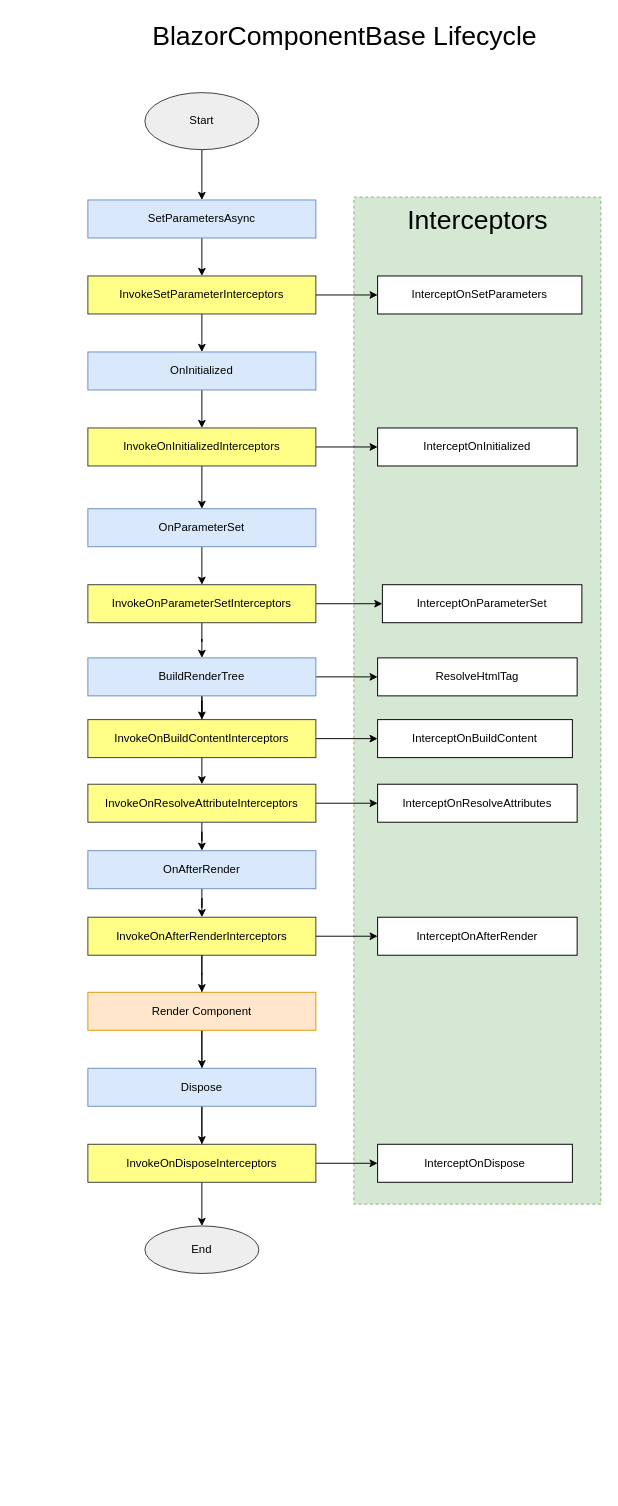
Before: asset/BlazorComponentBase Lifecycle.drawio in teacher-zhou/ComponentBuilder, a draw.io diagram. Source tidied: cells renumbered, new cells numbered last; positions are measured from the earlier drawing's top-left corner, leaving out a move shared by most shapes. Both pictures are drawn from the tidied source at 95%, with x=0, y=0 at pixel (87, 16).
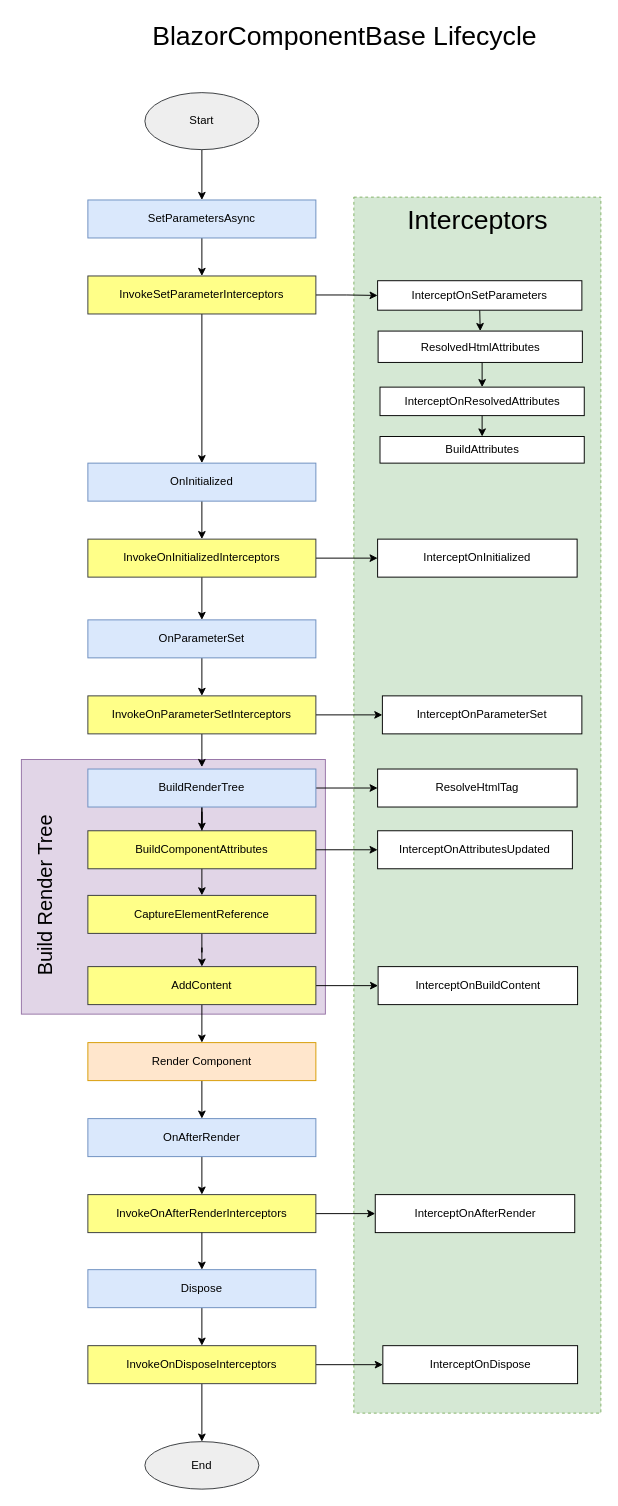
The same page after the edit.

The edit, as a diff of the source:
```diff
@@
+    <mxCell id="52" style="rounded=0;whiteSpace=wrap;html=1;fillColor=#e1d5e7;strokeColor=#9673a6;" parent="1" vertex="1">
+      <mxGeometry x="-70" y="782" width="320" height="268" as="geometry" />
+    </mxCell>
     <mxCell id="2" style="rounded=0;whiteSpace=wrap;html=1;fontSize=28;dashed=1;fillColor=#d5e8d4;strokeColor=#82b366;" parent="1" vertex="1">
-      <mxGeometry x="280" y="190" width="260" height="1060" as="geometry" />
+      <mxGeometry x="280" y="190" width="260" height="1280" as="geometry" />
     </mxCell>
@@
+    <mxCell id="53" style="edgeStyle=orthogonalEdgeStyle;rounded=0;jettySize=auto;html=1;exitX=0.5;exitY=1;exitDx=0;exitDy=0;entryX=0.5;entryY=0;entryDx=0;entryDy=0;" parent="1" edge="1" source="10" target="56">
+      <mxGeometry relative="1" as="geometry" />
+    </mxCell>
     <mxCell id="10" value="InterceptOnSetParameters" style="whiteSpace=wrap;html=1;" parent="1" vertex="1">
-      <mxGeometry x="305" y="273" width="215" height="40" as="geometry" />
+      <mxGeometry x="305" y="278" width="215" height="31" as="geometry" />
     </mxCell>
@@
     <mxCell id="12" value="OnInitialized" style="whiteSpace=wrap;html=1;fillColor=#dae8fc;strokeColor=#6c8ebf;" parent="1" vertex="1">
-      <mxGeometry y="353" width="240" height="40" as="geometry" />
+      <mxGeometry y="470" width="240" height="40" as="geometry" />
     </mxCell>
@@
     <mxCell id="15" value="InvokeOnInitializedInterceptors" style="whiteSpace=wrap;html=1;fillColor=#ffff88;strokeColor=#36393d;" parent="1" vertex="1">
-      <mxGeometry y="433" width="240" height="40" as="geometry" />
+      <mxGeometry y="550" width="240" height="40" as="geometry" />
     </mxCell>
     <mxCell id="16" value="InterceptOnInitialized" style="whiteSpace=wrap;html=1;" parent="1" vertex="1">
-      <mxGeometry x="305" y="433" width="210" height="40" as="geometry" />
+      <mxGeometry x="305" y="550" width="210" height="40" as="geometry" />
     </mxCell>
@@
     <mxCell id="18" value="OnParameterSet" style="whiteSpace=wrap;html=1;fillColor=#dae8fc;strokeColor=#6c8ebf;" parent="1" vertex="1">
-      <mxGeometry y="518" width="240" height="40" as="geometry" />
+      <mxGeometry y="635" width="240" height="40" as="geometry" />
     </mxCell>
@@
-    <mxCell id="20" style="edgeStyle=orthogonalEdgeStyle;rounded=0;jettySize=auto;html=1;" parent="1" edge="1" source="21" target="26">
-      <mxGeometry relative="1" as="geometry" />
+    <mxCell id="20" style="edgeStyle=orthogonalEdgeStyle;rounded=0;jettySize=auto;html=1;" parent="1" edge="1" source="21">
+      <mxGeometry relative="1" as="geometry">
+        <mxPoint x="120" y="790" as="targetPoint" />
+      </mxGeometry>
     </mxCell>
     <mxCell id="21" value="InvokeOnParameterSetInterceptors" style="whiteSpace=wrap;html=1;fillColor=#ffff88;strokeColor=#36393d;" parent="1" vertex="1">
-      <mxGeometry y="598" width="240" height="40" as="geometry" />
+      <mxGeometry y="715" width="240" height="40" as="geometry" />
     </mxCell>
     <mxCell id="22" value="InterceptOnParameterSet" style="whiteSpace=wrap;html=1;" parent="1" vertex="1">
-      <mxGeometry x="310" y="598" width="210" height="40" as="geometry" />
+      <mxGeometry x="310" y="715" width="210" height="40" as="geometry" />
     </mxCell>
@@
     <mxCell id="26" value="BuildRenderTree" style="whiteSpace=wrap;html=1;fillColor=#dae8fc;strokeColor=#6c8ebf;" parent="1" vertex="1">
-      <mxGeometry y="675" width="240" height="40" as="geometry" />
+      <mxGeometry y="792" width="240" height="40" as="geometry" />
     </mxCell>
-    <mxCell id="27" style="edgeStyle=orthogonalEdgeStyle;rounded=0;jettySize=auto;html=1;" parent="1" edge="1" source="29" target="30">
+    <mxCell id="27" style="edgeStyle=orthogonalEdgeStyle;rounded=0;jettySize=auto;html=1;exitX=1;exitY=0.5;exitDx=0;exitDy=0;" parent="1" edge="1" source="61" target="30">
       <mxGeometry relative="1" as="geometry" />
     </mxCell>
-    <mxCell id="28" style="edgeStyle=orthogonalEdgeStyle;rounded=0;jettySize=auto;html=1;" parent="1" edge="1" source="29" target="33">
+    <mxCell id="28" style="edgeStyle=orthogonalEdgeStyle;rounded=0;jettySize=auto;html=1;entryX=0.5;entryY=0;entryDx=0;entryDy=0;" parent="1" edge="1" source="29" target="61">
       <mxGeometry relative="1" as="geometry" />
     </mxCell>
-    <mxCell id="29" value="InvokeOnResolveAttributeInterceptors" style="whiteSpace=wrap;html=1;fillColor=#ffff88;strokeColor=#36393d;" parent="1" vertex="1">
-      <mxGeometry y="808" width="240" height="40" as="geometry" />
+    <mxCell id="29" value="CaptureElementReference" style="whiteSpace=wrap;html=1;fillColor=#ffff88;strokeColor=#36393d;" parent="1" vertex="1">
+      <mxGeometry y="925" width="240" height="40" as="geometry" />
     </mxCell>
-    <mxCell id="30" value="InterceptOnResolveAttributes" style="whiteSpace=wrap;html=1;" parent="1" vertex="1">
-      <mxGeometry x="305" y="808" width="210" height="40" as="geometry" />
+    <mxCell id="30" value="InterceptOnBuildContent" style="whiteSpace=wrap;html=1;" parent="1" vertex="1">
+      <mxGeometry x="305.5" y="1000" width="210" height="40" as="geometry" />
     </mxCell>
     <mxCell id="31" value="ResolveHtmlTag" style="whiteSpace=wrap;html=1;" parent="1" vertex="1">
-      <mxGeometry x="305" y="675" width="210" height="40" as="geometry" />
+      <mxGeometry x="305" y="792" width="210" height="40" as="geometry" />
     </mxCell>
@@
     <mxCell id="33" value="OnAfterRender" style="whiteSpace=wrap;html=1;fillColor=#dae8fc;strokeColor=#6c8ebf;" parent="1" vertex="1">
-      <mxGeometry y="878" width="240" height="40" as="geometry" />
+      <mxGeometry y="1160" width="240" height="40" as="geometry" />
     </mxCell>
@@
-    <mxCell id="35" style="edgeStyle=orthogonalEdgeStyle;rounded=0;jettySize=auto;html=1;fontSize=28;" parent="1" edge="1" source="36" target="43">
-      <mxGeometry relative="1" as="geometry" />
-    </mxCell>
     <mxCell id="36" value="InvokeOnAfterRenderInterceptors" style="whiteSpace=wrap;html=1;fillColor=#ffff88;strokeColor=#36393d;" parent="1" vertex="1">
-      <mxGeometry y="948" width="240" height="40" as="geometry" />
+      <mxGeometry y="1240" width="240" height="40" as="geometry" />
     </mxCell>
     <mxCell id="37" value="InterceptOnAfterRender" style="whiteSpace=wrap;html=1;" parent="1" vertex="1">
-      <mxGeometry x="305" y="948" width="210" height="40" as="geometry" />
+      <mxGeometry x="302.5" y="1240" width="210" height="40" as="geometry" />
     </mxCell>
@@
     <mxCell id="40" value="End" style="ellipse;whiteSpace=wrap;html=1;fillColor=#eeeeee;strokeColor=#36393d;" parent="1" vertex="1">
-      <mxGeometry x="60" y="1273" width="120" height="50" as="geometry" />
+      <mxGeometry x="60" y="1500" width="120" height="50" as="geometry" />
     </mxCell>
-    <mxCell id="41" style="endArrow=classic;html=1;rounded=0;fontSize=28;exitX=0.5;exitY=1;exitDx=0;exitDy=0;entryX=0.5;entryY=0;entryDx=0;entryDy=0;" parent="1" edge="1" source="36" target="40">
+    <mxCell id="41" style="endArrow=classic;html=1;rounded=0;fontSize=28;exitX=0.5;exitY=1;exitDx=0;exitDy=0;" parent="1" edge="1" source="36" target="46">
       <mxGeometry relative="1" as="geometry" />
     </mxCell>
-    <mxCell id="42" style="edgeStyle=orthogonalEdgeStyle;rounded=0;jettySize=auto;html=1;fontSize=28;" parent="1" edge="1" source="43" target="46">
+    <mxCell id="42" style="edgeStyle=orthogonalEdgeStyle;rounded=0;jettySize=auto;html=1;fontSize=28;" parent="1" edge="1" source="43" target="33">
       <mxGeometry relative="1" as="geometry" />
     </mxCell>
     <mxCell id="43" value="Render Component" style="whiteSpace=wrap;html=1;fillColor=#ffe6cc;strokeColor=#d79b00;" parent="1" vertex="1">
-      <mxGeometry y="1027" width="240" height="40" as="geometry" />
+      <mxGeometry y="1080" width="240" height="40" as="geometry" />
     </mxCell>
@@
     <mxCell id="46" value="Dispose" style="whiteSpace=wrap;html=1;fillColor=#dae8fc;strokeColor=#6c8ebf;" parent="1" vertex="1">
-      <mxGeometry y="1107" width="240" height="40" as="geometry" />
+      <mxGeometry y="1319" width="240" height="40" as="geometry" />
     </mxCell>
     <mxCell id="47" value="InterceptOnDispose" style="whiteSpace=wrap;html=1;" parent="1" vertex="1">
-      <mxGeometry x="305" y="1187" width="205" height="40" as="geometry" />
+      <mxGeometry x="310.5" y="1399" width="205" height="40" as="geometry" />
     </mxCell>
+    <mxCell id="54" style="edgeStyle=orthogonalEdgeStyle;rounded=0;jettySize=auto;html=1;exitX=0.5;exitY=1;exitDx=0;exitDy=0;entryX=0.5;entryY=0;entryDx=0;entryDy=0;fontSize=21;" parent="1" edge="1" source="48" target="40">
+      <mxGeometry relative="1" as="geometry" />
+    </mxCell>
     <mxCell id="48" value="InvokeOnDisposeInterceptors" style="whiteSpace=wrap;html=1;fillColor=#ffff88;strokeColor=#36393d;" parent="1" vertex="1">
-      <mxGeometry y="1187" width="240" height="40" as="geometry" />
+      <mxGeometry y="1399" width="240" height="40" as="geometry" />
     </mxCell>
@@
-    <mxCell id="50" value="InvokeOnBuildContentInterceptors" style="whiteSpace=wrap;html=1;fillColor=#ffff88;strokeColor=#36393d;" parent="1" vertex="1">
-      <mxGeometry y="740" width="240" height="40" as="geometry" />
+    <mxCell id="50" value="BuildComponentAttributes" style="whiteSpace=wrap;html=1;fillColor=#ffff88;strokeColor=#36393d;" parent="1" vertex="1">
+      <mxGeometry y="857" width="240" height="40" as="geometry" />
     </mxCell>
-    <mxCell id="51" value="InterceptOnBuildContent" style="whiteSpace=wrap;html=1;" parent="1" vertex="1">
-      <mxGeometry x="305" y="740" width="205" height="40" as="geometry" />
+    <mxCell id="51" value="InterceptOnAttributesUpdated" style="whiteSpace=wrap;html=1;" parent="1" vertex="1">
+      <mxGeometry x="305" y="857" width="205" height="40" as="geometry" />
     </mxCell>
+    <mxCell id="55" style="edgeStyle=orthogonalEdgeStyle;rounded=0;jettySize=auto;html=1;exitX=0.5;exitY=1;exitDx=0;exitDy=0;entryX=0.5;entryY=0;entryDx=0;entryDy=0;" parent="1" edge="1" source="56" target="58">
+      <mxGeometry relative="1" as="geometry" />
+    </mxCell>
+    <mxCell id="56" value="ResolvedHtmlAttributes" style="whiteSpace=wrap;html=1;" parent="1" vertex="1">
+      <mxGeometry x="305.5" y="331" width="215" height="33" as="geometry" />
+    </mxCell>
+    <mxCell id="57" style="edgeStyle=orthogonalEdgeStyle;rounded=0;jettySize=auto;html=1;exitX=0.5;exitY=1;exitDx=0;exitDy=0;entryX=0.5;entryY=0;entryDx=0;entryDy=0;" parent="1" edge="1" source="58" target="59">
+      <mxGeometry relative="1" as="geometry" />
+    </mxCell>
+    <mxCell id="58" value="InterceptOnResolvedAttributes" style="whiteSpace=wrap;html=1;" parent="1" vertex="1">
+      <mxGeometry x="307.5" y="390" width="215" height="30" as="geometry" />
+    </mxCell>
+    <mxCell id="59" value="BuildAttributes" style="whiteSpace=wrap;html=1;" parent="1" vertex="1">
+      <mxGeometry x="307.5" y="442" width="215" height="28" as="geometry" />
+    </mxCell>
+    <mxCell id="60" style="edgeStyle=orthogonalEdgeStyle;rounded=0;jettySize=auto;html=1;" parent="1" edge="1" source="61" target="43">
+      <mxGeometry relative="1" as="geometry" />
+    </mxCell>
+    <mxCell id="61" value="AddContent" style="whiteSpace=wrap;html=1;fillColor=#ffff88;strokeColor=#36393d;" parent="1" vertex="1">
+      <mxGeometry y="1000" width="240" height="40" as="geometry" />
+    </mxCell>
+    <mxCell id="62" value="Build Render Tree" style="text;html=1;strokeColor=none;fillColor=none;align=center;verticalAlign=middle;whiteSpace=wrap;rounded=0;direction=west;rotation=-90;fontSize=21;" parent="1" vertex="1">
+      <mxGeometry x="-145" y="895" width="200" height="60" as="geometry" />
+    </mxCell>
```
